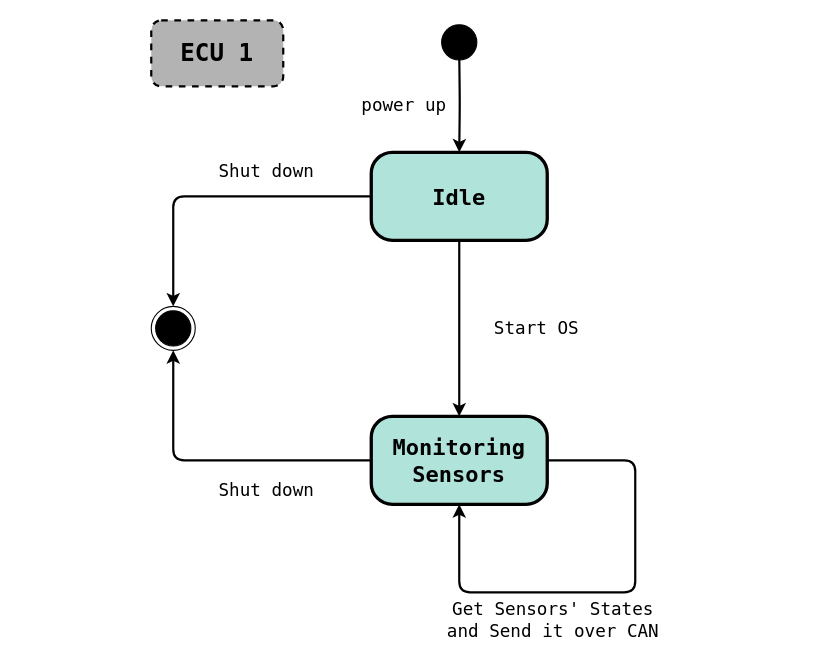
Earlier version of the draw.io diagram Project_3_SW_Design/ECU_1_State_Machine.drawio (mhossam1183/UAET_Trial). Source tidied: cells renumbered, new cells numbered last; positions are measured from the earlier drawing's top-left corner, leaving out a move shared by most shapes. Both pictures are drawn from the tidied source at 110%, with x=0, y=0 at pixel (151, 20).
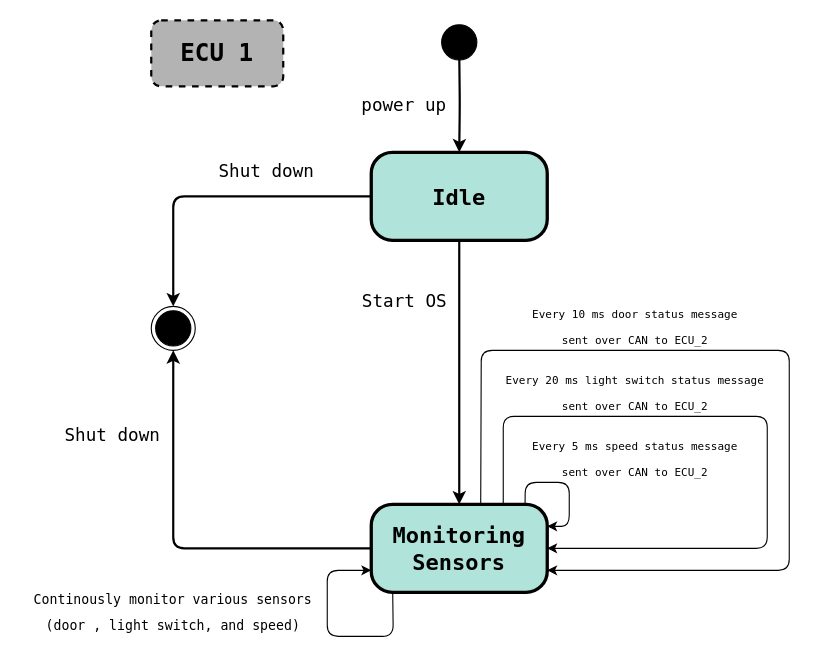
Above is the later version.

What changed in the source:
```diff
@@
     <mxCell id="9" value="Monitoring Sensors" style="rounded=1;whiteSpace=wrap;html=1;arcSize=24;fillColor=#B0E3DA;strokeColor=#000000;shadow=0;comic=0;labelBackgroundColor=none;fontFamily=Lucida Console;fontSize=20;fontColor=#000000;align=center;strokeWidth=3;fontStyle=1;" parent="1" vertex="1">
-      <mxGeometry x="200" y="360" width="160" height="80" as="geometry" />
+      <mxGeometry x="200" y="440" width="160" height="80" as="geometry" />
     </mxCell>
-    <mxCell id="10" style="endArrow=classic;html=1;rounded=1;strokeColor=#000000;strokeWidth=2;exitX=1;exitY=0.5;exitDx=0;exitDy=0;entryX=0.5;entryY=1;entryDx=0;entryDy=0;fontFamily=Lucida Console;fontSize=20;fontStyle=1;" parent="1" edge="1" source="9" target="9">
-      <mxGeometry relative="1" as="geometry">
-        <Array as="points">
-          <mxPoint x="440" y="400" />
-          <mxPoint x="440" y="520" />
-          <mxPoint x="280" y="520" />
-        </Array>
-      </mxGeometry>
-    </mxCell>
@@
     <mxCell id="13" value="&lt;font style=&quot;font-size: 16px;&quot;&gt;Shut down&lt;/font&gt;" style="text;html=1;strokeColor=none;fillColor=none;align=center;verticalAlign=middle;whiteSpace=wrap;rounded=0;strokeWidth=3;fontFamily=Lucida Console;fontSize=20;" parent="1" vertex="1">
-      <mxGeometry x="60" y="410" width="90" height="30" as="geometry" />
+      <mxGeometry x="-80" y="360" width="90" height="30" as="geometry" />
     </mxCell>
     <mxCell id="14" value="Start OS" style="text;html=1;align=center;verticalAlign=middle;strokeColor=none;fillColor=none;fontSize=16;fontFamily=Lucida Console;" parent="1" vertex="1">
-      <mxGeometry x="300" y="265" width="100" height="30" as="geometry" />
+      <mxGeometry x="180" y="240" width="100" height="30" as="geometry" />
     </mxCell>
-    <mxCell id="15" value="Get Sensors' States&lt;br&gt;and Send it over CAN" style="text;html=1;align=center;verticalAlign=middle;strokeColor=none;fillColor=none;fontSize=16;fontFamily=Lucida Console;" parent="1" vertex="1">
-      <mxGeometry x="255" y="520" width="220" height="50" as="geometry" />
-    </mxCell>
@@
+    <mxCell id="17" style="endArrow=classic;html=1;rounded=1;exitX=0.874;exitY=-0.004;exitDx=0;exitDy=0;exitPerimeter=0;entryX=1;entryY=0.25;entryDx=0;entryDy=0;" parent="1" edge="1" source="9" target="9">
+      <mxGeometry relative="1" as="geometry">
+        <Array as="points">
+          <mxPoint x="340" y="420" />
+          <mxPoint x="380" y="420" />
+          <mxPoint x="380" y="460" />
+        </Array>
+      </mxGeometry>
+    </mxCell>
+    <mxCell id="18" style="endArrow=classic;html=1;rounded=1;exitX=0.75;exitY=0;exitDx=0;exitDy=0;entryX=1;entryY=0.5;entryDx=0;entryDy=0;" parent="1" edge="1" source="9" target="9">
+      <mxGeometry relative="1" as="geometry">
+        <Array as="points">
+          <mxPoint x="320" y="360" />
+          <mxPoint x="560" y="360" />
+          <mxPoint x="560" y="480" />
+        </Array>
+      </mxGeometry>
+    </mxCell>
+    <mxCell id="19" value="&lt;span style=&quot;font-size: 10px;&quot;&gt;Every 5 ms speed status message&lt;br&gt;sent over CAN to ECU_2&lt;/span&gt;" style="text;html=1;strokeColor=none;fillColor=none;align=center;verticalAlign=middle;whiteSpace=wrap;rounded=0;strokeWidth=3;fontFamily=Lucida Console;fontSize=20;" parent="1" vertex="1">
+      <mxGeometry x="320" y="370" width="240" height="50" as="geometry" />
+    </mxCell>
+    <mxCell id="20" style="endArrow=classic;html=1;rounded=1;exitX=0.622;exitY=0.005;exitDx=0;exitDy=0;entryX=1;entryY=0.75;entryDx=0;entryDy=0;exitPerimeter=0;" parent="1" edge="1" source="9" target="9">
+      <mxGeometry relative="1" as="geometry">
+        <Array as="points">
+          <mxPoint x="300" y="300" />
+          <mxPoint x="580" y="300" />
+          <mxPoint x="580" y="500" />
+        </Array>
+      </mxGeometry>
+    </mxCell>
+    <mxCell id="21" value="&lt;span style=&quot;font-size: 10px;&quot;&gt;Every 20 ms light switch status message sent over CAN to ECU_2&lt;/span&gt;" style="text;html=1;strokeColor=none;fillColor=none;align=center;verticalAlign=middle;whiteSpace=wrap;rounded=0;strokeWidth=3;fontFamily=Lucida Console;fontSize=20;" parent="1" vertex="1">
+      <mxGeometry x="320" y="310" width="240" height="50" as="geometry" />
+    </mxCell>
+    <mxCell id="22" value="&lt;font style=&quot;font-size: 10px;&quot;&gt;Every 10 ms door status message&lt;br&gt;sent over CAN to ECU_2&lt;/font&gt;" style="text;html=1;strokeColor=none;fillColor=none;align=center;verticalAlign=middle;whiteSpace=wrap;rounded=0;strokeWidth=3;fontFamily=Lucida Console;fontSize=20;" parent="1" vertex="1">
+      <mxGeometry x="320" y="250" width="240" height="50" as="geometry" />
+    </mxCell>
+    <mxCell id="23" style="endArrow=classic;html=1;rounded=1;fontSize=10;exitX=0.122;exitY=1.009;exitDx=0;exitDy=0;exitPerimeter=0;entryX=0;entryY=0.75;entryDx=0;entryDy=0;" parent="1" edge="1" source="9" target="9">
+      <mxGeometry relative="1" as="geometry">
+        <Array as="points">
+          <mxPoint x="220" y="560" />
+          <mxPoint x="160" y="560" />
+          <mxPoint x="160" y="500" />
+        </Array>
+      </mxGeometry>
+    </mxCell>
+    <mxCell id="24" value="&lt;span style=&quot;font-size: 12px;&quot;&gt;Continously monitor&amp;nbsp;various sensors&lt;br&gt;(door , light switch, and speed)&lt;/span&gt;" style="text;html=1;strokeColor=none;fillColor=none;align=center;verticalAlign=middle;whiteSpace=wrap;rounded=0;strokeWidth=3;fontFamily=Lucida Console;fontSize=20;" parent="1" vertex="1">
+      <mxGeometry x="-120" y="510" width="280" height="50" as="geometry" />
+    </mxCell>
```
